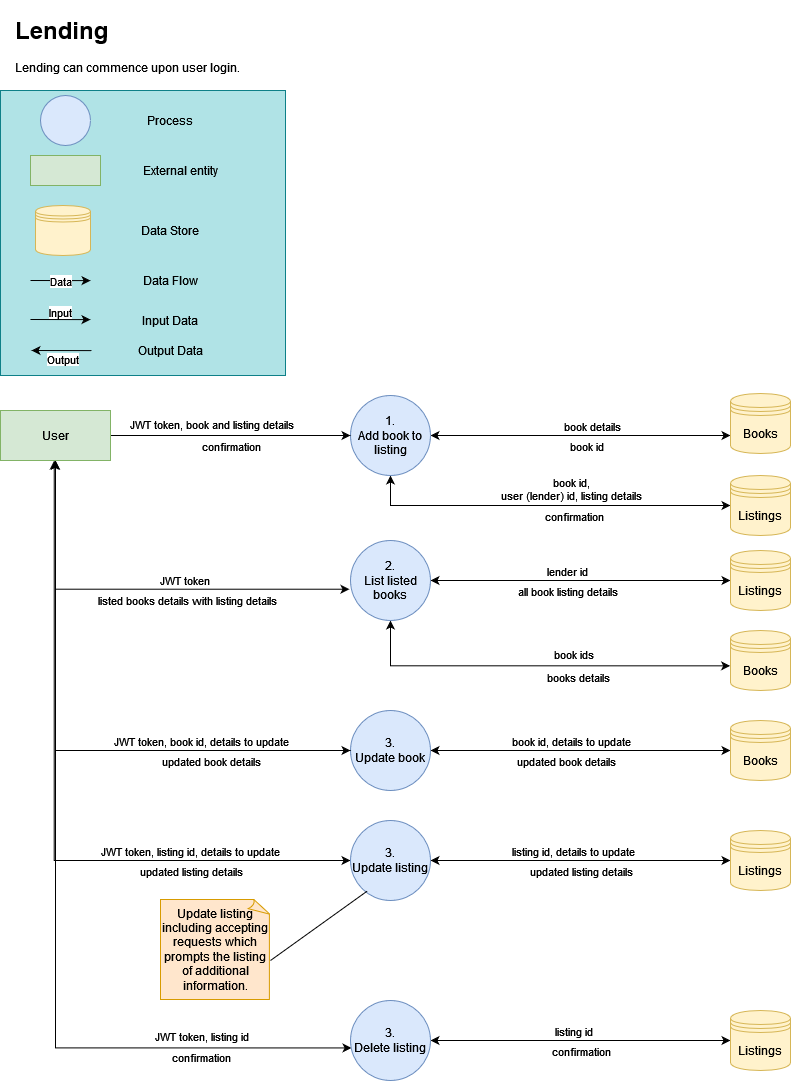
Before: docs/lending.drawio.png, a diagram exported from draw.io (KrisztaT/bookswap). Source tidied: cells renumbered, new cells last; positions are measured from the earlier drawing's top-left corner, leaving out a move shared by most shapes.
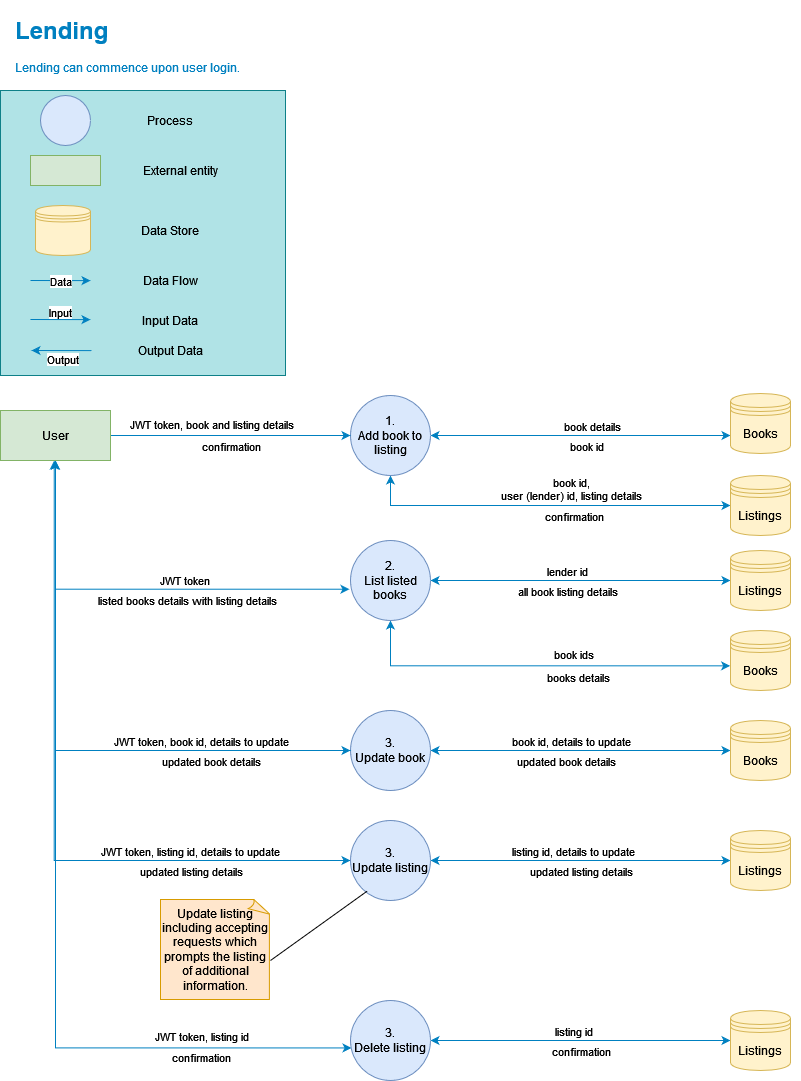
The same file after the commit.

Change to the diagram source:
```diff
@@ -11,7 +11,7 @@
     <mxCell id="4" style="ellipse;whiteSpace=wrap;html=1;fillColor=#dae8fc;strokeColor=#6c8ebf;" parent="1" vertex="1">
       <mxGeometry x="40" y="85" width="50" height="50" as="geometry" />
     </mxCell>
-    <mxCell id="5" style="endArrow=classic;html=1;rounded=0;entryX=0.435;entryY=0.957;entryDx=0;entryDy=0;entryPerimeter=0;" parent="1" edge="1">
+    <mxCell id="5" style="endArrow=classic;html=1;rounded=0;entryX=0.435;entryY=0.957;entryDx=0;entryDy=0;entryPerimeter=0;strokeColor=#0080c0;" parent="1" edge="1">
       <mxGeometry relative="1" as="geometry">
         <mxPoint x="30" y="270" as="sourcePoint" />
         <mxPoint x="90" y="270.1" as="targetPoint" />
@@ -35,7 +35,7 @@
     <mxCell id="11" value="Process" style="text;html=1;strokeColor=none;fillColor=none;align=center;verticalAlign=middle;whiteSpace=wrap;rounded=0;" parent="1" vertex="1">
       <mxGeometry x="140" y="95" width="60" height="30" as="geometry" />
     </mxCell>
-    <mxCell id="12" style="edgeStyle=orthogonalEdgeStyle;rounded=0;jettySize=auto;html=1;entryX=0;entryY=0.7;entryDx=0;entryDy=0;startArrow=classic;startFill=1;" parent="1" edge="1" source="18" target="19">
+    <mxCell id="12" style="edgeStyle=orthogonalEdgeStyle;rounded=0;jettySize=auto;html=1;entryX=0;entryY=0.7;entryDx=0;entryDy=0;startArrow=classic;startFill=1;strokeColor=#0080c0;" parent="1" edge="1" source="18" target="19">
       <mxGeometry relative="1" as="geometry" />
     </mxCell>
     <mxCell id="13" value="book details" style="edgeLabel;html=1;align=center;verticalAlign=middle;" parent="12" vertex="1">
@@ -46,7 +46,7 @@
     <mxCell id="14" value="book id" style="edgeLabel;html=1;align=center;verticalAlign=middle;" parent="12" vertex="1">
       <mxGeometry x="0.03" y="-10" relative="1" as="geometry" />
     </mxCell>
-    <mxCell id="15" style="edgeStyle=orthogonalEdgeStyle;rounded=0;jettySize=auto;html=1;entryX=0;entryY=0.5;entryDx=0;entryDy=0;startArrow=classic;startFill=1;" parent="1" edge="1" source="18" target="45">
+    <mxCell id="15" style="edgeStyle=orthogonalEdgeStyle;rounded=0;jettySize=auto;html=1;entryX=0;entryY=0.5;entryDx=0;entryDy=0;startArrow=classic;startFill=1;strokeColor=#0080c0;" parent="1" edge="1" source="18" target="45">
       <mxGeometry relative="1" as="geometry">
         <Array as="points">
           <mxPoint x="390" y="495" />
@@ -69,7 +69,7 @@
     <mxCell id="19" value="Books" style="shape=datastore;whiteSpace=wrap;html=1;fillColor=#fff2cc;strokeColor=#d6b656;" parent="1" vertex="1">
       <mxGeometry x="730" y="383" width="60" height="60" as="geometry" />
     </mxCell>
-    <mxCell id="20" style="endArrow=classic;html=1;rounded=0;entryX=0.435;entryY=0.957;entryDx=0;entryDy=0;entryPerimeter=0;" parent="1" edge="1">
+    <mxCell id="20" style="endArrow=classic;html=1;rounded=0;entryX=0.435;entryY=0.957;entryDx=0;entryDy=0;entryPerimeter=0;strokeColor=#0080c0;" parent="1" edge="1">
       <mxGeometry relative="1" as="geometry">
         <mxPoint x="30" y="309" as="sourcePoint" />
         <mxPoint x="90" y="309.1" as="targetPoint" />
@@ -80,7 +80,7 @@
         <mxPoint x="-2" y="-8" as="offset" />
       </mxGeometry>
     </mxCell>
-    <mxCell id="22" style="endArrow=none;html=1;rounded=0;entryX=0.435;entryY=0.957;entryDx=0;entryDy=0;entryPerimeter=0;startArrow=classic;startFill=1;endFill=0;" parent="1" edge="1">
+    <mxCell id="22" style="endArrow=none;html=1;rounded=0;entryX=0.435;entryY=0.957;entryDx=0;entryDy=0;entryPerimeter=0;startArrow=classic;startFill=1;endFill=0;strokeColor=#0080c0;" parent="1" edge="1">
       <mxGeometry relative="1" as="geometry">
         <mxPoint x="31" y="340" as="sourcePoint" />
         <mxPoint x="91" y="340.1" as="targetPoint" />
@@ -97,7 +97,7 @@
     <mxCell id="25" value="Output Data" style="text;html=1;strokeColor=none;fillColor=none;align=center;verticalAlign=middle;whiteSpace=wrap;rounded=0;" parent="1" vertex="1">
       <mxGeometry x="130" y="325" width="80" height="30" as="geometry" />
     </mxCell>
-    <mxCell id="26" style="edgeStyle=orthogonalEdgeStyle;rounded=0;jettySize=auto;html=1;entryX=0;entryY=0.5;entryDx=0;entryDy=0;startArrow=classic;startFill=1;" parent="1" edge="1" source="29" target="46">
+    <mxCell id="26" style="edgeStyle=orthogonalEdgeStyle;rounded=0;jettySize=auto;html=1;entryX=0;entryY=0.5;entryDx=0;entryDy=0;startArrow=classic;startFill=1;strokeColor=#0080c0;" parent="1" edge="1" source="29" target="46">
       <mxGeometry relative="1" as="geometry" />
     </mxCell>
     <mxCell id="27" value="book id, details to update" style="edgeLabel;html=1;align=center;verticalAlign=middle;" parent="26" vertex="1">
@@ -113,10 +113,10 @@
     <mxCell id="29" value="&lt;div&gt;3.&lt;/div&gt;&lt;div&gt;Update book&lt;/div&gt;" style="ellipse;whiteSpace=wrap;html=1;rounded=0;fillColor=#dae8fc;strokeColor=#6c8ebf;" parent="1" vertex="1">
       <mxGeometry x="350" y="700" width="80" height="80" as="geometry" />
     </mxCell>
-    <mxCell id="30" value="&lt;h1&gt;Lending&lt;br&gt;&lt;/h1&gt;&lt;p&gt;Lending can commence upon user login.&lt;/p&gt;" style="text;html=1;strokeColor=none;fillColor=none;spacing=5;spacingTop=-20;whiteSpace=wrap;overflow=hidden;rounded=0;" parent="1" vertex="1">
+    <mxCell id="30" value="&lt;h1&gt;Lending&lt;br&gt;&lt;/h1&gt;&lt;p&gt;Lending can commence upon user login.&lt;/p&gt;" style="text;html=1;strokeColor=none;fillColor=none;spacing=5;spacingTop=-20;whiteSpace=wrap;overflow=hidden;rounded=0;fontColor=#0080c0;" parent="1" vertex="1">
       <mxGeometry x="10" width="790" height="70" as="geometry" />
     </mxCell>
-    <mxCell id="31" style="edgeStyle=orthogonalEdgeStyle;rounded=0;jettySize=auto;html=1;entryX=0;entryY=0.5;entryDx=0;entryDy=0;" parent="1" edge="1" source="44" target="18">
+    <mxCell id="31" style="edgeStyle=orthogonalEdgeStyle;rounded=0;jettySize=auto;html=1;entryX=0;entryY=0.5;entryDx=0;entryDy=0;strokeColor=#0080c0;" parent="1" edge="1" source="44" target="18">
       <mxGeometry relative="1" as="geometry" />
     </mxCell>
     <mxCell id="32" value="JWT token, book and listing details&lt;span style=&quot;background-color: rgb(255, 215, 196);&quot;&gt;&lt;br&gt;&lt;/span&gt;" style="edgeLabel;html=1;align=center;verticalAlign=middle;" parent="31" vertex="1">
@@ -129,7 +129,7 @@
         <mxPoint x="6" y="6" as="offset" />
       </mxGeometry>
     </mxCell>
-    <mxCell id="34" style="edgeStyle=orthogonalEdgeStyle;rounded=0;orthogonalLoop=1;jettySize=auto;html=1;startArrow=classic;startFill=1;" parent="1" edge="1">
+    <mxCell id="34" style="edgeStyle=orthogonalEdgeStyle;rounded=0;orthogonalLoop=1;jettySize=auto;html=1;startArrow=classic;startFill=1;strokeColor=#0080c0;" parent="1" edge="1">
       <mxGeometry relative="1" as="geometry">
         <mxPoint x="53.7" y="450" as="sourcePoint" />
         <mxPoint x="350" y="850" as="targetPoint" />
@@ -148,14 +148,14 @@
         <mxPoint y="7" as="offset" />
       </mxGeometry>
     </mxCell>
-    <mxCell id="37" style="edgeStyle=orthogonalEdgeStyle;rounded=0;jettySize=auto;html=1;entryX=0.013;entryY=0.593;entryDx=0;entryDy=0;entryPerimeter=0;" parent="1" edge="1" source="44" target="57">
+    <mxCell id="37" style="edgeStyle=orthogonalEdgeStyle;rounded=0;jettySize=auto;html=1;entryX=0.013;entryY=0.593;entryDx=0;entryDy=0;entryPerimeter=0;strokeColor=#0080c0;" parent="1" edge="1" source="44" target="57">
       <mxGeometry relative="1" as="geometry">
         <Array as="points">
           <mxPoint x="55" y="1037" />
         </Array>
       </mxGeometry>
     </mxCell>
-    <mxCell id="38" style="edgeStyle=orthogonalEdgeStyle;rounded=0;jettySize=auto;html=1;entryX=-0.013;entryY=0.609;entryDx=0;entryDy=0;entryPerimeter=0;startArrow=classic;startFill=1;" parent="1" edge="1" source="44" target="67">
+    <mxCell id="38" style="edgeStyle=orthogonalEdgeStyle;rounded=0;jettySize=auto;html=1;entryX=-0.013;entryY=0.609;entryDx=0;entryDy=0;entryPerimeter=0;startArrow=classic;startFill=1;strokeColor=#0080c0;" parent="1" edge="1" source="44" target="67">
       <mxGeometry relative="1" as="geometry">
         <Array as="points">
           <mxPoint x="55" y="579" />
@@ -172,7 +172,7 @@
         <mxPoint y="12" as="offset" />
       </mxGeometry>
     </mxCell>
-    <mxCell id="41" style="edgeStyle=orthogonalEdgeStyle;rounded=0;jettySize=auto;html=1;entryX=0;entryY=0.5;entryDx=0;entryDy=0;startArrow=classic;startFill=1;" parent="1" edge="1" source="44" target="29">
+    <mxCell id="41" style="edgeStyle=orthogonalEdgeStyle;rounded=0;jettySize=auto;html=1;entryX=0;entryY=0.5;entryDx=0;entryDy=0;startArrow=classic;startFill=1;strokeColor=#0080c0;" parent="1" edge="1" source="44" target="29">
       <mxGeometry relative="1" as="geometry">
         <Array as="points">
           <mxPoint x="55" y="740" />
@@ -198,7 +198,7 @@
     <mxCell id="46" value="Books" style="shape=datastore;whiteSpace=wrap;html=1;fillColor=#fff2cc;strokeColor=#d6b656;" parent="1" vertex="1">
       <mxGeometry x="730" y="710" width="60" height="60" as="geometry" />
     </mxCell>
-    <mxCell id="47" style="edgeStyle=orthogonalEdgeStyle;rounded=0;jettySize=auto;html=1;startArrow=classic;startFill=1;" parent="1" edge="1" source="50" target="51">
+    <mxCell id="47" style="edgeStyle=orthogonalEdgeStyle;rounded=0;jettySize=auto;html=1;startArrow=classic;startFill=1;strokeColor=#0080c0;" parent="1" edge="1" source="50" target="51">
       <mxGeometry relative="1" as="geometry" />
     </mxCell>
     <mxCell id="48" value="listing id, details to update" style="edgeLabel;html=1;align=center;verticalAlign=middle;" parent="47" vertex="1">
@@ -223,7 +223,7 @@
     <mxCell id="53" value="confirmation" style="edgeLabel;html=1;align=center;verticalAlign=middle;" parent="1" vertex="1">
       <mxGeometry x="200" y="1046" as="geometry" />
     </mxCell>
-    <mxCell id="54" style="edgeStyle=orthogonalEdgeStyle;rounded=0;jettySize=auto;html=1;startArrow=classic;startFill=1;" parent="1" edge="1" source="57" target="58">
+    <mxCell id="54" style="edgeStyle=orthogonalEdgeStyle;rounded=0;jettySize=auto;html=1;startArrow=classic;startFill=1;strokeColor=#0080c0;" parent="1" edge="1" source="57" target="58">
       <mxGeometry relative="1" as="geometry" />
     </mxCell>
     <mxCell id="55" value="listing id" style="edgeLabel;html=1;align=center;verticalAlign=middle;" parent="54" vertex="1">
@@ -250,7 +250,7 @@
         <mxPoint x="270" y="950" as="sourcePoint" />
       </mxGeometry>
     </mxCell>
-    <mxCell id="61" style="edgeStyle=orthogonalEdgeStyle;rounded=0;jettySize=auto;html=1;entryX=0;entryY=0.5;entryDx=0;entryDy=0;startArrow=classic;startFill=1;" parent="1" edge="1" source="67" target="68">
+    <mxCell id="61" style="edgeStyle=orthogonalEdgeStyle;rounded=0;jettySize=auto;html=1;entryX=0;entryY=0.5;entryDx=0;entryDy=0;startArrow=classic;startFill=1;strokeColor=#0080c0;" parent="1" edge="1" source="67" target="68">
       <mxGeometry relative="1" as="geometry" />
     </mxCell>
     <mxCell id="62" value="lender id" style="edgeLabel;html=1;align=center;verticalAlign=middle;" parent="61" vertex="1">
@@ -263,7 +263,7 @@
         <mxPoint y="10" as="offset" />
       </mxGeometry>
     </mxCell>
-    <mxCell id="64" style="edgeStyle=orthogonalEdgeStyle;rounded=0;jettySize=auto;html=1;entryX=-0.006;entryY=0.589;entryDx=0;entryDy=0;entryPerimeter=0;startArrow=classic;startFill=1;" parent="1" edge="1" source="67" target="69">
+    <mxCell id="64" style="edgeStyle=orthogonalEdgeStyle;rounded=0;jettySize=auto;html=1;entryX=-0.006;entryY=0.589;entryDx=0;entryDy=0;entryPerimeter=0;startArrow=classic;startFill=1;strokeColor=#0080c0;" parent="1" edge="1" source="67" target="69">
       <mxGeometry relative="1" as="geometry">
         <Array as="points">
           <mxPoint x="390" y="655" />
```
